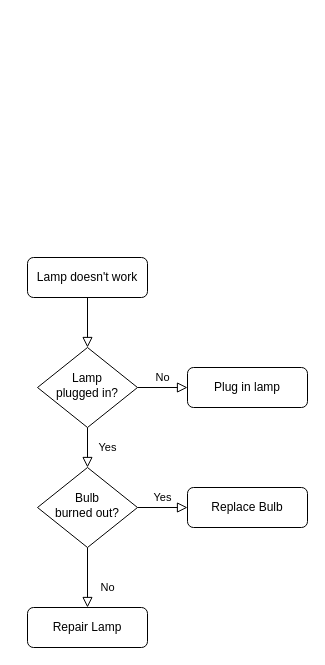
Above: LGPD.drawio in anlugifa/drawio (draw.io), before the change. Source tidied: cells renumbered, new cells numbered last; positions are measured from the earlier drawing's top-left corner, leaving out a move shared by most shapes. Both pictures are drawn from the tidied source at 100%, with x=0, y=0 at pixel (27, 257).
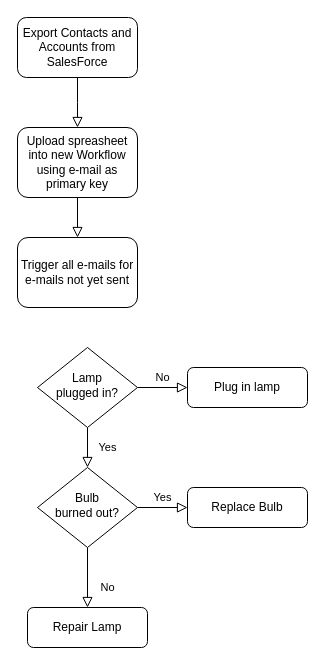
The same page after the edit.

Diff of the diagram source:
```diff
@@
 <mxGraphModel>
   <root>
     <mxCell id="0" />
     <mxCell id="1" parent="0" />
-    <mxCell id="2" style="rounded=0;html=1;jettySize=auto;fontSize=11;endArrow=block;endFill=0;endSize=8;strokeWidth=1;shadow=0;labelBackgroundColor=none;edgeStyle=orthogonalEdgeStyle;" parent="1" edge="1" source="3" target="6">
-      <mxGeometry relative="1" as="geometry" />
+    <mxCell id="2" style="rounded=0;html=1;jettySize=auto;fontSize=11;endArrow=block;endFill=0;endSize=8;strokeWidth=1;shadow=0;labelBackgroundColor=none;edgeStyle=orthogonalEdgeStyle;" parent="1" edge="1" source="3">
+      <mxGeometry relative="1" as="geometry">
+        <mxPoint x="50" y="-130" as="targetPoint" />
+      </mxGeometry>
     </mxCell>
-    <mxCell id="3" value="Lamp doesn't work" style="rounded=1;whiteSpace=wrap;html=1;fontSize=12;glass=0;strokeWidth=1;shadow=0;" parent="1" vertex="1">
-      <mxGeometry width="120" height="40" as="geometry" />
+    <mxCell id="3" value="Export Contacts and Accounts from SalesForce" style="rounded=1;whiteSpace=wrap;html=1;fontSize=12;glass=0;strokeWidth=1;shadow=0;" parent="1" vertex="1">
+      <mxGeometry x="-10" y="-240" width="120" height="60" as="geometry" />
     </mxCell>
     <mxCell id="4" value="Yes" style="rounded=0;html=1;jettySize=auto;fontSize=11;endArrow=block;endFill=0;endSize=8;strokeWidth=1;shadow=0;labelBackgroundColor=none;edgeStyle=orthogonalEdgeStyle;" parent="1" edge="1" source="6" target="10">
       <mxGeometry y="20" relative="1" as="geometry" />
     </mxCell>
     <mxCell id="5" value="No" style="edgeStyle=orthogonalEdgeStyle;rounded=0;html=1;jettySize=auto;fontSize=11;endArrow=block;endFill=0;endSize=8;strokeWidth=1;shadow=0;labelBackgroundColor=none;" parent="1" edge="1" source="6" target="7">
       <mxGeometry y="10" relative="1" as="geometry" />
     </mxCell>
     <mxCell id="6" value="Lamp&lt;br&gt;plugged in?" style="rhombus;whiteSpace=wrap;html=1;shadow=0;fontFamily=Helvetica;fontSize=12;align=center;strokeWidth=1;spacing=6;spacingTop=-4;" parent="1" vertex="1">
       <mxGeometry x="10" y="90" width="100" height="80" as="geometry" />
     </mxCell>
     <mxCell id="7" value="Plug in lamp" style="rounded=1;whiteSpace=wrap;html=1;fontSize=12;glass=0;strokeWidth=1;shadow=0;" parent="1" vertex="1">
       <mxGeometry x="160" y="110" width="120" height="40" as="geometry" />
     </mxCell>
     <mxCell id="8" value="No" style="rounded=0;html=1;jettySize=auto;fontSize=11;endArrow=block;endFill=0;endSize=8;strokeWidth=1;shadow=0;labelBackgroundColor=none;edgeStyle=orthogonalEdgeStyle;" parent="1" edge="1" source="10" target="11">
       <mxGeometry x="0.33" y="20" relative="1" as="geometry" />
     </mxCell>
     <mxCell id="9" value="Yes" style="edgeStyle=orthogonalEdgeStyle;rounded=0;html=1;jettySize=auto;fontSize=11;endArrow=block;endFill=0;endSize=8;strokeWidth=1;shadow=0;labelBackgroundColor=none;" parent="1" edge="1" source="10" target="12">
       <mxGeometry y="10" relative="1" as="geometry" />
     </mxCell>
     <mxCell id="10" value="Bulb&lt;br&gt;burned out?" style="rhombus;whiteSpace=wrap;html=1;shadow=0;fontFamily=Helvetica;fontSize=12;align=center;strokeWidth=1;spacing=6;spacingTop=-4;" parent="1" vertex="1">
       <mxGeometry x="10" y="210" width="100" height="80" as="geometry" />
     </mxCell>
     <mxCell id="11" value="Repair Lamp" style="rounded=1;whiteSpace=wrap;html=1;fontSize=12;glass=0;strokeWidth=1;shadow=0;" parent="1" vertex="1">
       <mxGeometry y="350" width="120" height="40" as="geometry" />
     </mxCell>
     <mxCell id="12" value="Replace Bulb" style="rounded=1;whiteSpace=wrap;html=1;fontSize=12;glass=0;strokeWidth=1;shadow=0;" parent="1" vertex="1">
       <mxGeometry x="160" y="230" width="120" height="40" as="geometry" />
     </mxCell>
+    <mxCell id="13" value="Upload spreasheet into new Workflow using e-mail as primary key" style="rounded=1;whiteSpace=wrap;html=1;fontSize=12;glass=0;strokeWidth=1;shadow=0;" parent="1" vertex="1">
+      <mxGeometry x="-10" y="-130" width="120" height="70" as="geometry" />
+    </mxCell>
+    <mxCell id="14" value="Trigger all e-mails for e-mails not yet sent" style="rounded=1;whiteSpace=wrap;html=1;fontSize=12;glass=0;strokeWidth=1;shadow=0;" parent="1" vertex="1">
+      <mxGeometry x="-10" y="-20" width="120" height="70" as="geometry" />
+    </mxCell>
+    <mxCell id="15" style="rounded=0;html=1;jettySize=auto;fontSize=11;endArrow=block;endFill=0;endSize=8;strokeWidth=1;shadow=0;labelBackgroundColor=none;edgeStyle=orthogonalEdgeStyle;exitX=0.5;exitY=1;exitDx=0;exitDy=0;entryX=0.5;entryY=0;entryDx=0;entryDy=0;" parent="1" edge="1" source="13" target="14">
+      <mxGeometry relative="1" as="geometry" />
+    </mxCell>
   </root>
 </mxGraphModel>
```
